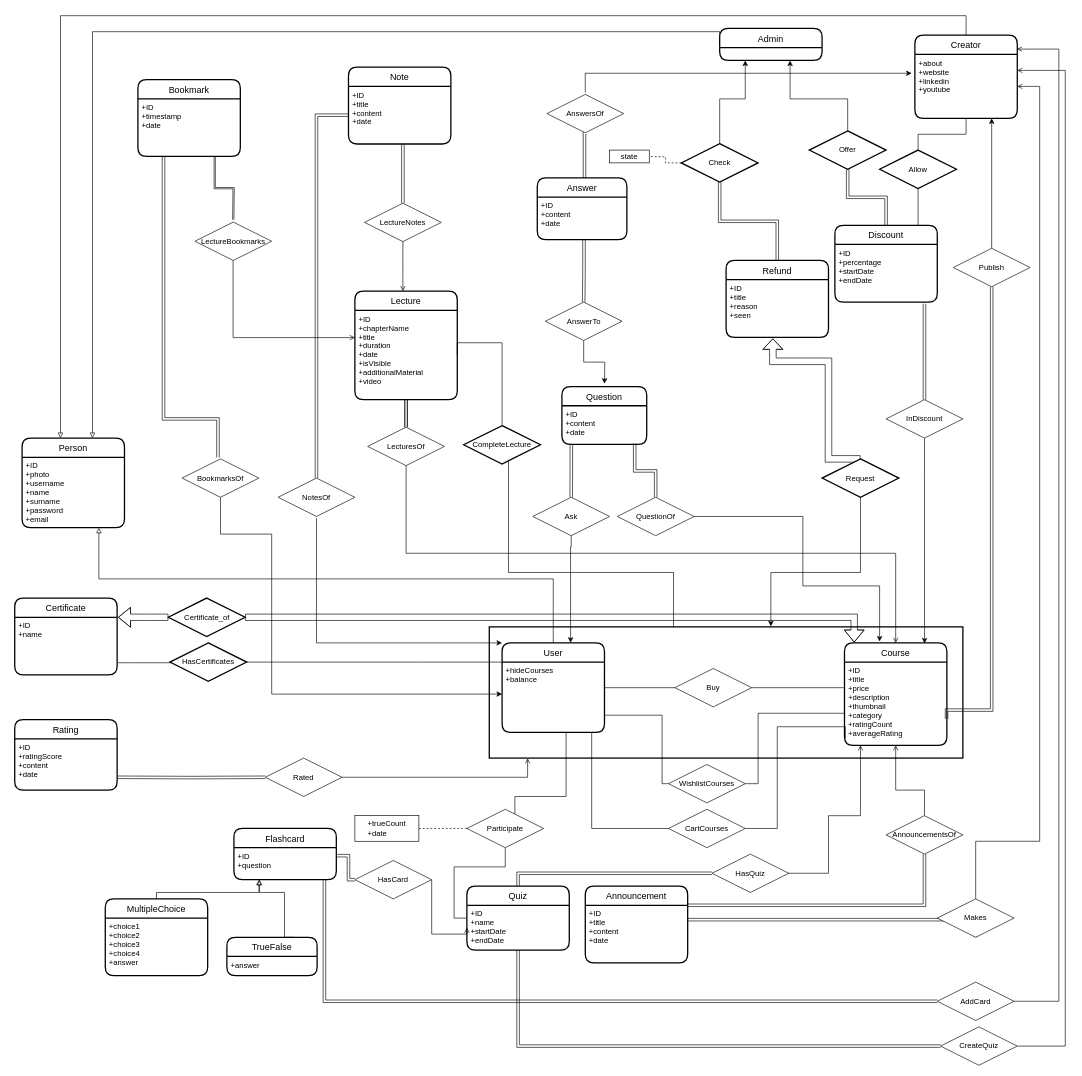
Above: page "Latest" (5 of 5) of docs/ER.drawio in muratangin187/CS353-Project (draw.io), before the change. Source tidied: cells renumbered, new cells numbered last; positions are measured from the earlier drawing's top-left corner, leaving out a move shared by most shapes. Both pictures are drawn from the tidied source at 64%, with x=0, y=0 at pixel (14, 15).
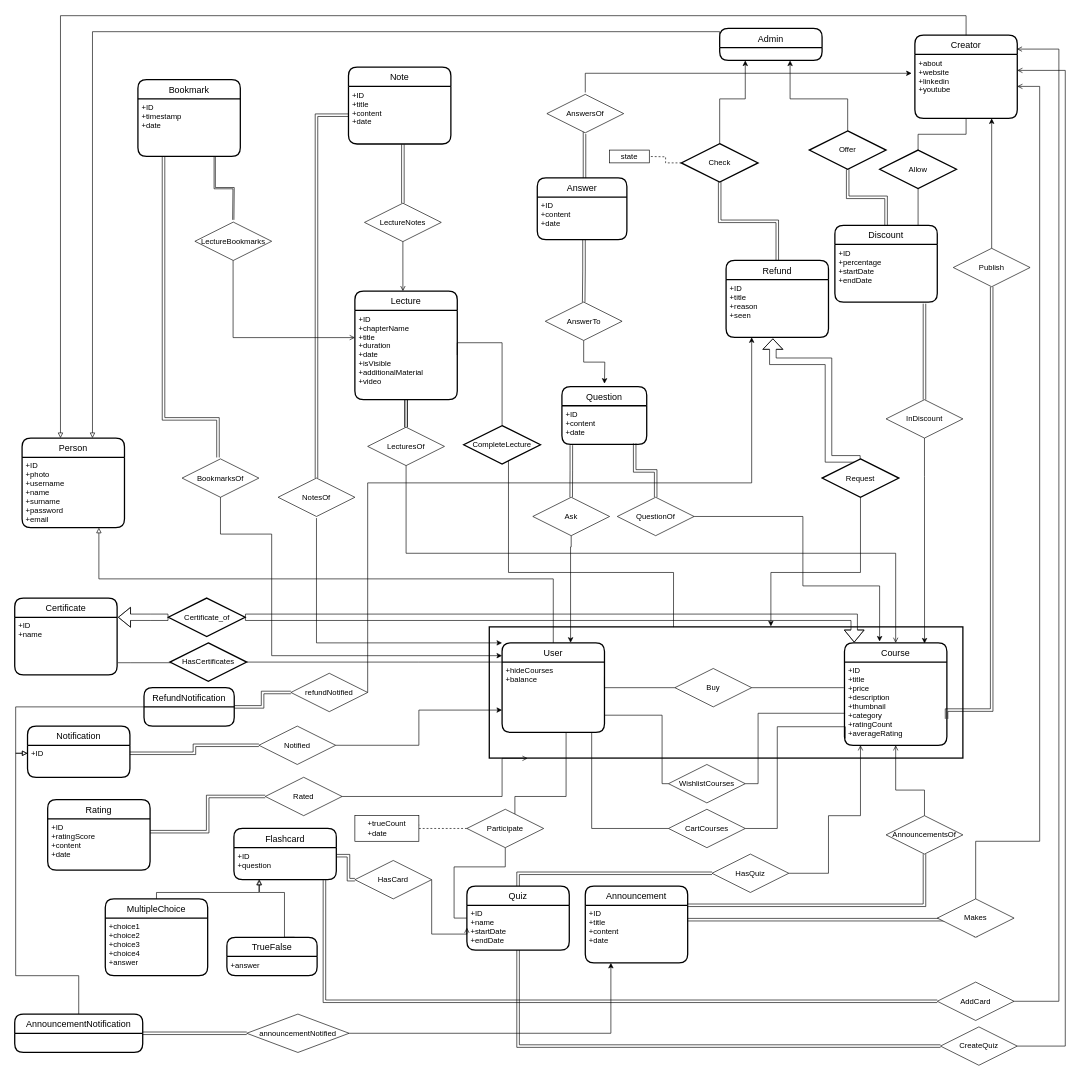
After the change.

The change refers to these unchanged cells:
```xml
<mxCell id="5" style="rounded=0;whiteSpace=wrap;html=1;shadow=0;glass=0;sketch=0;strokeWidth=2;gradientColor=none;" parent="1" vertex="1">
  <mxGeometry x="742" y="955" width="740" height="205" as="geometry" />
</mxCell>
<mxCell id="7" value="User" style="swimlane;horizontal=1;startSize=30;rounded=1;fontSize=14;fontStyle=0;strokeWidth=2;shadow=0;dashed=0;align=center;" parent="1" vertex="1">
  <mxGeometry x="762" y="980" width="160" height="140" as="geometry" />
</mxCell>
<mxCell id="37" value="+ID&#10;+ratingScore&#10;+content&#10;+date" style="align=left;strokeColor=none;fillColor=none;spacingLeft=4;fontSize=12;verticalAlign=top;fontStyle=0;" parent="36" vertex="1">
  <mxGeometry y="30" width="160" height="80" as="geometry" />
</mxCell>
<mxCell id="54" value="BookmarksOf" style="shape=rhombus;perimeter=rhombusPerimeter;whiteSpace=wrap;html=1;align=center;rounded=0;shadow=0;glass=0;sketch=0;strokeWidth=1;gradientColor=none;" parent="1" vertex="1">
  <mxGeometry x="262" y="692.5" width="120" height="60" as="geometry" />
</mxCell>
<mxCell id="66" value="+ID&#10;+title&#10;+content&#10;+date" style="align=left;strokeColor=none;fillColor=none;spacingLeft=4;fontSize=12;verticalAlign=top;" parent="65" vertex="1">
  <mxGeometry y="30" width="160" height="90" as="geometry" />
</mxCell>
<mxCell id="85" value="+ID&#10;+title&#10;+reason&#10;+seen" style="align=left;strokeColor=none;fillColor=none;spacingLeft=4;fontSize=12;verticalAlign=top;" parent="84" vertex="1">
  <mxGeometry y="30" width="160" height="90" as="geometry" />
</mxCell>
```

The edit, as a diff of the source:
```diff
@@
     <mxCell id="36" value="Rating" style="swimlane;horizontal=1;startSize=30;rounded=1;fontSize=14;fontStyle=0;strokeWidth=2;shadow=0;dashed=0;align=center;" parent="1" vertex="1">
-      <mxGeometry x="0.5" y="1100" width="160" height="110" as="geometry" />
+      <mxGeometry x="52" y="1225" width="160" height="110" as="geometry" />
     </mxCell>
@@
     <mxCell id="38" style="edgeStyle=orthogonalEdgeStyle;rounded=0;jettySize=auto;html=1;endArrow=open;endFill=0;exitX=1;exitY=0.5;exitDx=0;exitDy=0;entryX=0.081;entryY=1.002;entryDx=0;entryDy=0;entryPerimeter=0;" parent="1" edge="1" source="39" target="5">
       <mxGeometry relative="1" as="geometry">
         <Array as="points">
-          <mxPoint x="802" y="1190" />
+          <mxPoint x="762" y="1220" />
+          <mxPoint x="762" y="1160" />
         </Array>
       </mxGeometry>
     </mxCell>
     <mxCell id="39" value="Rated" style="shape=rhombus;perimeter=rhombusPerimeter;whiteSpace=wrap;html=1;align=center;rounded=0;sketch=0;" parent="1" vertex="1">
-      <mxGeometry x="392" y="1160" width="120" height="60" as="geometry" />
+      <mxGeometry x="392" y="1190" width="120" height="60" as="geometry" />
     </mxCell>
-    <mxCell id="40" style="edgeStyle=orthogonalEdgeStyle;rounded=0;jettySize=auto;html=1;endArrow=none;endFill=0;shape=link;entryX=0;entryY=0.5;entryDx=0;entryDy=0;" parent="1" edge="1" target="39">
-      <mxGeometry relative="1" as="geometry">
-        <mxPoint x="161" y="1190" as="sourcePoint" />
-      </mxGeometry>
+    <mxCell id="40" style="edgeStyle=orthogonalEdgeStyle;rounded=0;jettySize=auto;html=1;endArrow=none;endFill=0;shape=link;entryX=0;entryY=0.5;entryDx=0;entryDy=0;exitX=1;exitY=0.25;exitDx=0;exitDy=0;" parent="1" edge="1" source="37" target="39">
+      <mxGeometry relative="1" as="geometry" />
     </mxCell>
@@
     <mxCell id="55" style="edgeStyle=orthogonalEdgeStyle;rounded=0;jettySize=auto;html=1;endArrow=classic;endFill=1;strokeColor=#000000;exitX=0.5;exitY=1;exitDx=0;exitDy=0;" parent="1" edge="1" source="54" target="7">
       <mxGeometry relative="1" as="geometry">
         <Array as="points">
           <mxPoint x="322" y="810" />
           <mxPoint x="402" y="810" />
-          <mxPoint x="402" y="1060" />
+          <mxPoint x="402" y="1000" />
         </Array>
       </mxGeometry>
     </mxCell>
@@
+    <mxCell id="137" value="Notification" style="swimlane;horizontal=1;startSize=30;rounded=1;fontSize=14;fontStyle=0;strokeWidth=2;shadow=0;dashed=0;align=center;" parent="1" vertex="1">
+      <mxGeometry x="20.5" y="1110" width="160" height="80" as="geometry" />
+    </mxCell>
+    <mxCell id="138" value="+ID" style="align=left;strokeColor=none;fillColor=none;spacingLeft=4;fontSize=12;verticalAlign=top;" parent="137" vertex="1">
+      <mxGeometry y="30" width="160" height="50" as="geometry" />
+    </mxCell>
+    <mxCell id="139" style="edgeStyle=orthogonalEdgeStyle;rounded=0;jettySize=auto;html=1;endArrow=block;endFill=0;exitX=0.5;exitY=0;exitDx=0;exitDy=0;entryX=0;entryY=0.25;entryDx=0;entryDy=0;" parent="1" edge="1" source="144" target="138">
+      <mxGeometry relative="1" as="geometry">
+        <Array as="points">
+          <mxPoint x="100" y="1500" />
+          <mxPoint x="2" y="1500" />
+          <mxPoint x="2" y="1152" />
+        </Array>
+      </mxGeometry>
+    </mxCell>
+    <mxCell id="140" style="edgeStyle=orthogonalEdgeStyle;rounded=0;jettySize=auto;html=1;endArrow=block;endFill=0;exitX=0;exitY=0.5;exitDx=0;exitDy=0;entryX=0;entryY=0.25;entryDx=0;entryDy=0;" parent="1" edge="1" source="142" target="138">
+      <mxGeometry relative="1" as="geometry">
+        <Array as="points">
+          <mxPoint x="2" y="1080" />
+          <mxPoint x="2" y="1152" />
+        </Array>
+      </mxGeometry>
+    </mxCell>
+    <mxCell id="141" style="edgeStyle=orthogonalEdgeStyle;rounded=0;jettySize=auto;html=1;exitX=1;exitY=0.5;exitDx=0;exitDy=0;entryX=0;entryY=0.5;entryDx=0;entryDy=0;shape=link;" parent="1" edge="1" source="142" target="149">
+      <mxGeometry relative="1" as="geometry" />
+    </mxCell>
+    <mxCell id="142" value="RefundNotification" style="swimlane;horizontal=1;startSize=30;rounded=1;fontSize=14;fontStyle=0;strokeWidth=2;shadow=0;dashed=0;align=center;" parent="1" vertex="1">
+      <mxGeometry x="202.5" y="1050" width="141" height="60" as="geometry" />
+    </mxCell>
+    <mxCell id="143" style="edgeStyle=orthogonalEdgeStyle;rounded=0;jettySize=auto;html=1;exitX=1;exitY=0.5;exitDx=0;exitDy=0;entryX=0;entryY=0.5;entryDx=0;entryDy=0;shape=link;" parent="1" edge="1" source="144" target="151">
+      <mxGeometry relative="1" as="geometry" />
+    </mxCell>
+    <mxCell id="144" value="AnnouncementNotification" style="swimlane;horizontal=1;startSize=30;rounded=1;fontSize=14;fontStyle=0;strokeWidth=2;shadow=0;dashed=0;align=center;" parent="1" vertex="1">
+      <mxGeometry x="0.5" y="1560" width="200" height="60" as="geometry" />
+    </mxCell>
+    <mxCell id="145" style="edgeStyle=orthogonalEdgeStyle;rounded=0;jettySize=auto;html=1;exitX=1;exitY=0.5;exitDx=0;exitDy=0;entryX=0;entryY=0.75;entryDx=0;entryDy=0;" parent="1" edge="1" source="146" target="7">
+      <mxGeometry relative="1" as="geometry" />
+    </mxCell>
+    <mxCell id="146" value="Notified" style="shape=rhombus;perimeter=rhombusPerimeter;whiteSpace=wrap;html=1;align=center;rounded=0;shadow=0;glass=0;sketch=0;strokeWidth=1;gradientColor=none;" parent="1" vertex="1">
+      <mxGeometry x="382" y="1110" width="120" height="60" as="geometry" />
+    </mxCell>
+    <mxCell id="147" style="edgeStyle=orthogonalEdgeStyle;rounded=0;jettySize=auto;html=1;exitX=1;exitY=0.25;exitDx=0;exitDy=0;entryX=0;entryY=0.5;entryDx=0;entryDy=0;shape=link;" parent="1" edge="1" source="138" target="146">
+      <mxGeometry relative="1" as="geometry" />
+    </mxCell>
+    <mxCell id="148" style="edgeStyle=orthogonalEdgeStyle;rounded=0;jettySize=auto;html=1;exitX=1;exitY=0.5;exitDx=0;exitDy=0;entryX=0.25;entryY=1;entryDx=0;entryDy=0;" parent="1" edge="1" source="149" target="85">
+      <mxGeometry relative="1" as="geometry">
+        <Array as="points">
+          <mxPoint x="552" y="730" />
+          <mxPoint x="1152" y="730" />
+        </Array>
+      </mxGeometry>
+    </mxCell>
+    <mxCell id="149" value="refundNotified" style="shape=rhombus;perimeter=rhombusPerimeter;whiteSpace=wrap;html=1;align=center;rounded=0;shadow=0;glass=0;sketch=0;strokeWidth=1;gradientColor=none;" parent="1" vertex="1">
+      <mxGeometry x="432" y="1027.5" width="120" height="60" as="geometry" />
+    </mxCell>
+    <mxCell id="150" style="edgeStyle=orthogonalEdgeStyle;rounded=0;jettySize=auto;html=1;exitX=1;exitY=0.5;exitDx=0;exitDy=0;entryX=0.25;entryY=1;entryDx=0;entryDy=0;" parent="1" edge="1" source="151" target="66">
+      <mxGeometry relative="1" as="geometry" />
+    </mxCell>
+    <mxCell id="151" value="announcementNotified" style="shape=rhombus;perimeter=rhombusPerimeter;whiteSpace=wrap;html=1;align=center;rounded=0;shadow=0;glass=0;sketch=0;strokeWidth=1;gradientColor=none;" parent="1" vertex="1">
+      <mxGeometry x="363" y="1560" width="160" height="60" as="geometry" />
+    </mxCell>
```
